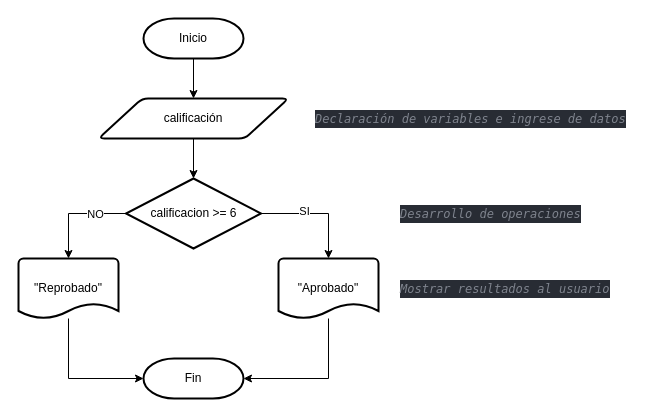
JaritaSanty/draw.io_BookPython keeps this draw.io diagram as ES_Ejercicio_01.drawio. Above is the earlier version. Source tidied: cells renumbered, new cells numbered last; positions are measured from the earlier drawing's top-left corner, leaving out a move shared by most shapes. Both pictures are drawn from the tidied source at 100%, with x=0, y=0 at pixel (18, 18).
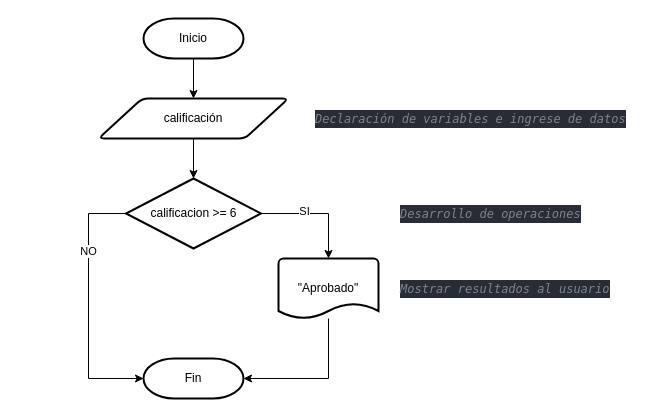
The same page after the edit.

Unchanged cells that the change refers to:
```xml
<mxCell id="7" value="Fin" style="strokeWidth=2;html=1;shape=mxgraph.flowchart.terminator;whiteSpace=wrap;" parent="1" vertex="1">
  <mxGeometry x="125" y="340" width="100" height="40" as="geometry" />
</mxCell>
<mxCell id="13" value="calificacion &amp;gt;= 6" style="strokeWidth=2;html=1;shape=mxgraph.flowchart.decision;whiteSpace=wrap;" parent="1" vertex="1">
  <mxGeometry x="107.5" y="160" width="135" height="70" as="geometry" />
</mxCell>
```

Change to the diagram source:
```diff
@@
-    <mxCell id="9" style="edgeStyle=orthogonalEdgeStyle;rounded=0;jettySize=auto;html=1;exitX=0;exitY=0.5;exitDx=0;exitDy=0;exitPerimeter=0;entryX=0.5;entryY=0;entryDx=0;entryDy=0;entryPerimeter=0;" parent="1" edge="1" source="13" target="15">
-      <mxGeometry relative="1" as="geometry" />
+    <mxCell id="9" style="edgeStyle=orthogonalEdgeStyle;rounded=0;jettySize=auto;html=1;exitX=0;exitY=0.5;exitDx=0;exitDy=0;exitPerimeter=0;entryX=0;entryY=0.5;entryDx=0;entryDy=0;entryPerimeter=0;" parent="1" edge="1" source="13" target="7">
+      <mxGeometry relative="1" as="geometry">
+        <Array as="points">
+          <mxPoint x="70" y="195" />
+          <mxPoint x="70" y="360" />
+        </Array>
+      </mxGeometry>
     </mxCell>
@@
-    <mxCell id="14" style="edgeStyle=orthogonalEdgeStyle;rounded=0;jettySize=auto;html=1;entryX=0;entryY=0.5;entryDx=0;entryDy=0;entryPerimeter=0;" parent="1" edge="1" source="15" target="7">
-      <mxGeometry relative="1" as="geometry">
-        <Array as="points">
-          <mxPoint x="50" y="360" />
-        </Array>
-      </mxGeometry>
-    </mxCell>
-    <mxCell id="15" value="&quot;Reprobado&quot;" style="strokeWidth=2;html=1;shape=mxgraph.flowchart.document2;whiteSpace=wrap;size=0.25;" parent="1" vertex="1">
-      <mxGeometry y="240" width="100" height="60" as="geometry" />
-    </mxCell>
```
